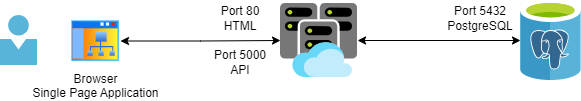
The draw.io diagram workshop.app.drawio.png in SynchroTechnologies/workshop-app, before a commit. Source tidied: cells renumbered, new cells last; positions are measured from the earlier drawing's top-left corner, leaving out a move shared by most shapes. The source it was exported from:
```xml
<mxGraphModel>
  <root>
    <mxCell id="0" />
    <mxCell id="1" parent="0" />
    <mxCell id="2" style="edgeStyle=orthogonalEdgeStyle;rounded=0;jettySize=auto;html=1;exitX=1;exitY=0.5;exitDx=0;exitDy=0;startArrow=classic;startFill=1;" parent="1" edge="1" source="3" target="6">
      <mxGeometry relative="1" as="geometry" />
    </mxCell>
    <mxCell id="3" value="Browser&lt;div&gt;Single Page Application&lt;/div&gt;" style="image;perimeter=ellipsePerimeter;html=1;align=center;shadow=0;dashed=0;spacingTop=3;image=img/lib/active_directory/sub_site.svg;" parent="1" vertex="1">
      <mxGeometry x="70" y="19" width="50" height="43" as="geometry" />
    </mxCell>
    <mxCell id="4" style="edgeStyle=orthogonalEdgeStyle;rounded=0;jettySize=auto;html=1;startArrow=classic;startFill=1;" parent="1" edge="1" source="5" target="6">
      <mxGeometry relative="1" as="geometry" />
    </mxCell>
    <mxCell id="5" style="image;sketch=0;html=1;points=[];align=center;fontSize=12;image=img/lib/mscae/Azure_Database_for_PostgreSQL_servers.svg;" parent="1" vertex="1">
      <mxGeometry x="520" width="60.8" height="80" as="geometry" />
    </mxCell>
    <mxCell id="6" style="image;sketch=0;html=1;points=[];align=center;fontSize=12;image=img/lib/mscae/Virtual_Clusters.svg;" parent="1" vertex="1">
      <mxGeometry x="280" y="3" width="77.1" height="74" as="geometry" />
    </mxCell>
    <mxCell id="7" style="image;sketch=0;html=1;align=center;fontSize=12;image=img/lib/mscae/Person.svg;" parent="1" vertex="1">
      <mxGeometry y="15" width="37" height="50" as="geometry" />
    </mxCell>
    <mxCell id="8" value="Port 80&lt;div&gt;HTML&lt;/div&gt;" style="text;strokeColor=none;align=center;fillColor=none;html=1;verticalAlign=middle;whiteSpace=wrap;rounded=0;" parent="1" vertex="1">
      <mxGeometry x="210" y="3" width="60" height="30" as="geometry" />
    </mxCell>
    <mxCell id="9" value="Port 5000&lt;div&gt;API&lt;/div&gt;" style="text;strokeColor=none;align=center;fillColor=none;html=1;verticalAlign=middle;whiteSpace=wrap;rounded=0;" parent="1" vertex="1">
      <mxGeometry x="210" y="47" width="60" height="30" as="geometry" />
    </mxCell>
    <mxCell id="10" value="Port 5432&lt;div&gt;PostgreSQL&lt;/div&gt;" style="text;strokeColor=none;align=center;fillColor=none;html=1;verticalAlign=middle;whiteSpace=wrap;rounded=0;" parent="1" vertex="1">
      <mxGeometry x="450" y="3" width="60" height="30" as="geometry" />
    </mxCell>
  </root>
</mxGraphModel>
```
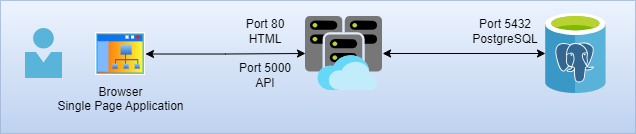
After the commit.

What changed in the source:
```diff
@@ -2,31 +2,37 @@
   <root>
     <mxCell id="0" />
     <mxCell id="1" parent="0" />
+    <mxCell id="11" style="group;" parent="1" vertex="1">
+      <mxGeometry x="95" width="610" height="120" as="geometry" />
+    </mxCell>
+    <mxCell id="12" style="rounded=0;whiteSpace=wrap;html=1;fillColor=#dae8fc;strokeColor=#6c8ebf;gradientColor=#7ea6e0;opacity=50;" parent="11" vertex="1">
+      <mxGeometry x="-25" y="-13" width="635" height="133" as="geometry" />
+    </mxCell>
-    <mxCell id="2" style="edgeStyle=orthogonalEdgeStyle;rounded=0;jettySize=auto;html=1;exitX=1;exitY=0.5;exitDx=0;exitDy=0;startArrow=classic;startFill=1;" parent="1" edge="1" source="3" target="6">
+    <mxCell id="2" style="edgeStyle=orthogonalEdgeStyle;rounded=0;jettySize=auto;html=1;exitX=1;exitY=0.5;exitDx=0;exitDy=0;startArrow=classic;startFill=1;" parent="11" edge="1" source="3" target="6">
       <mxGeometry relative="1" as="geometry" />
     </mxCell>
-    <mxCell id="3" value="Browser&lt;div&gt;Single Page Application&lt;/div&gt;" style="image;perimeter=ellipsePerimeter;html=1;align=center;shadow=0;dashed=0;spacingTop=3;image=img/lib/active_directory/sub_site.svg;" parent="1" vertex="1">
+    <mxCell id="3" value="Browser&lt;div&gt;Single Page Application&lt;/div&gt;" style="image;perimeter=ellipsePerimeter;html=1;align=center;shadow=0;dashed=0;spacingTop=3;image=img/lib/active_directory/sub_site.svg;labelBackgroundColor=none;" parent="11" vertex="1">
       <mxGeometry x="70" y="19" width="50" height="43" as="geometry" />
     </mxCell>
-    <mxCell id="4" style="edgeStyle=orthogonalEdgeStyle;rounded=0;jettySize=auto;html=1;startArrow=classic;startFill=1;" parent="1" edge="1" source="5" target="6">
+    <mxCell id="4" style="edgeStyle=orthogonalEdgeStyle;rounded=0;jettySize=auto;html=1;startArrow=classic;startFill=1;" parent="11" edge="1" source="5" target="6">
       <mxGeometry relative="1" as="geometry" />
     </mxCell>
-    <mxCell id="5" style="image;sketch=0;html=1;points=[];align=center;fontSize=12;image=img/lib/mscae/Azure_Database_for_PostgreSQL_servers.svg;" parent="1" vertex="1">
+    <mxCell id="5" style="image;sketch=0;html=1;points=[];align=center;fontSize=12;image=img/lib/mscae/Azure_Database_for_PostgreSQL_servers.svg;" parent="11" vertex="1">
       <mxGeometry x="520" width="60.8" height="80" as="geometry" />
     </mxCell>
-    <mxCell id="6" style="image;sketch=0;html=1;points=[];align=center;fontSize=12;image=img/lib/mscae/Virtual_Clusters.svg;" parent="1" vertex="1">
+    <mxCell id="6" style="image;sketch=0;html=1;points=[];align=center;fontSize=12;image=img/lib/mscae/Virtual_Clusters.svg;" parent="11" vertex="1">
       <mxGeometry x="280" y="3" width="77.1" height="74" as="geometry" />
     </mxCell>
-    <mxCell id="7" style="image;sketch=0;html=1;align=center;fontSize=12;image=img/lib/mscae/Person.svg;" parent="1" vertex="1">
+    <mxCell id="7" style="image;sketch=0;html=1;align=center;fontSize=12;image=img/lib/mscae/Person.svg;" parent="11" vertex="1">
       <mxGeometry y="15" width="37" height="50" as="geometry" />
     </mxCell>
-    <mxCell id="8" value="Port 80&lt;div&gt;HTML&lt;/div&gt;" style="text;strokeColor=none;align=center;fillColor=none;html=1;verticalAlign=middle;whiteSpace=wrap;rounded=0;" parent="1" vertex="1">
+    <mxCell id="8" value="Port 80&lt;div&gt;HTML&lt;/div&gt;" style="text;strokeColor=none;align=center;fillColor=none;html=1;verticalAlign=middle;whiteSpace=wrap;rounded=0;" parent="11" vertex="1">
       <mxGeometry x="210" y="3" width="60" height="30" as="geometry" />
     </mxCell>
-    <mxCell id="9" value="Port 5000&lt;div&gt;API&lt;/div&gt;" style="text;strokeColor=none;align=center;fillColor=none;html=1;verticalAlign=middle;whiteSpace=wrap;rounded=0;" parent="1" vertex="1">
+    <mxCell id="9" value="Port 5000&lt;div&gt;API&lt;/div&gt;" style="text;strokeColor=none;align=center;fillColor=none;html=1;verticalAlign=middle;whiteSpace=wrap;rounded=0;" parent="11" vertex="1">
       <mxGeometry x="210" y="47" width="60" height="30" as="geometry" />
     </mxCell>
-    <mxCell id="10" value="Port 5432&lt;div&gt;PostgreSQL&lt;/div&gt;" style="text;strokeColor=none;align=center;fillColor=none;html=1;verticalAlign=middle;whiteSpace=wrap;rounded=0;" parent="1" vertex="1">
+    <mxCell id="10" value="Port 5432&lt;div&gt;PostgreSQL&lt;/div&gt;" style="text;strokeColor=none;align=center;fillColor=none;html=1;verticalAlign=middle;whiteSpace=wrap;rounded=0;" parent="11" vertex="1">
       <mxGeometry x="450" y="3" width="60" height="30" as="geometry" />
     </mxCell>
   </root>
```
